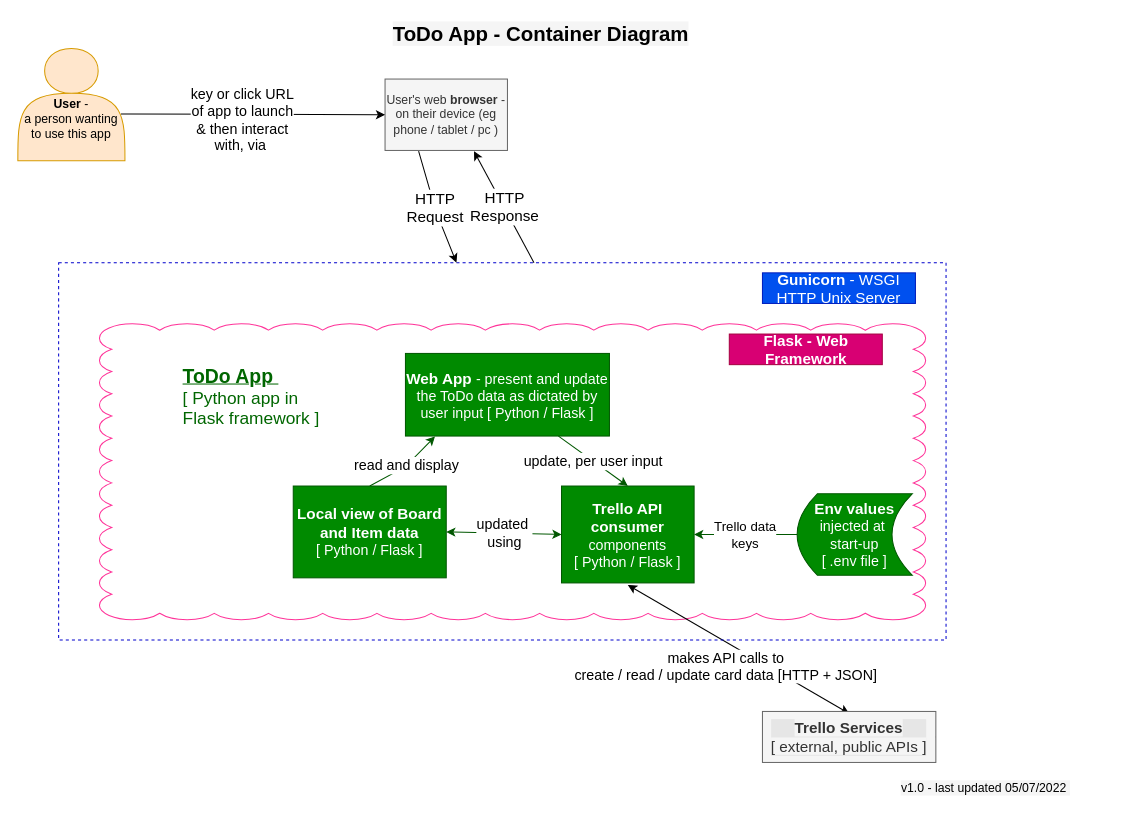
Before: documentation/containerDiagram.drawio in AnnDevOpsAccount/DevOps-Course-Starter, a draw.io diagram. Source tidied: cells renumbered, new cells numbered last; positions are measured from the earlier drawing's top-left corner, leaving out a move shared by most shapes. Both pictures are drawn from the tidied source at 102%, with x=0, y=0 at pixel (17, 17).
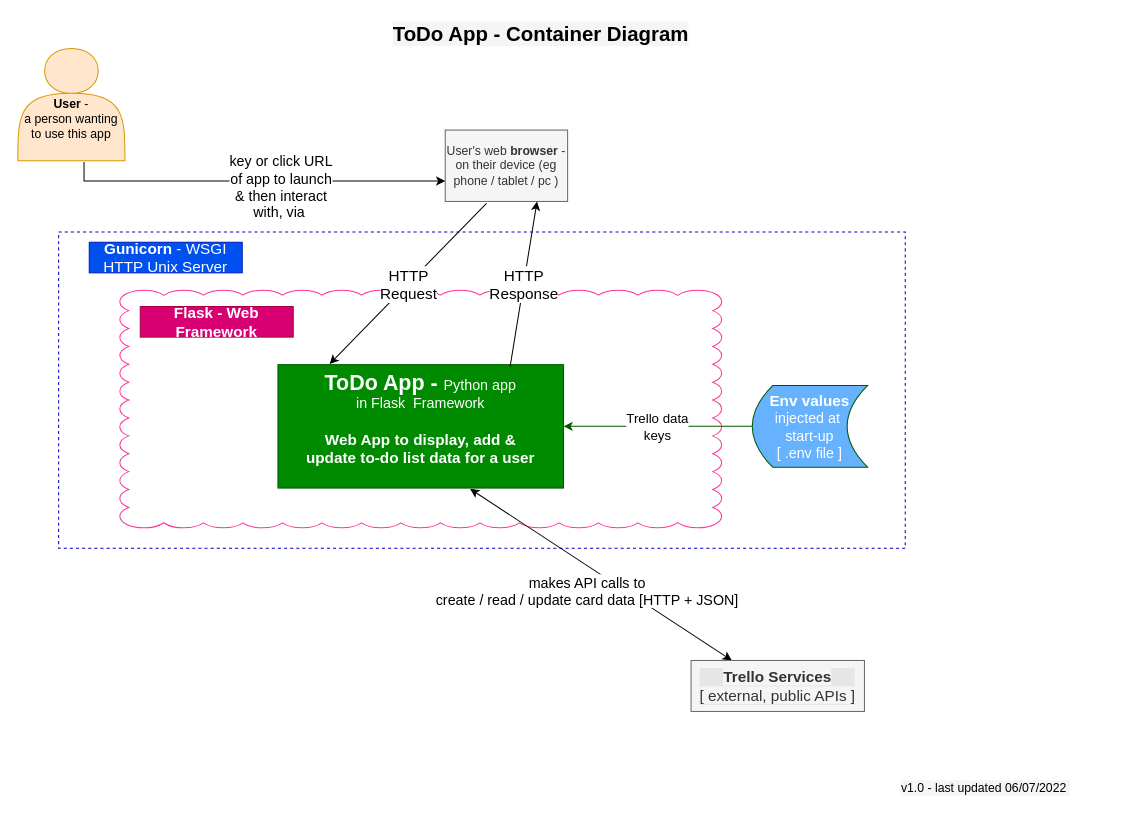
After the change.

The change refers to these unchanged cells:
```xml
<mxCell id="3" value="&lt;br&gt;&lt;br&gt;&lt;b&gt;User &lt;/b&gt;-&lt;br&gt;a person wanting to use this app" style="shape=actor;whiteSpace=wrap;html=1;fillColor=#ffe6cc;strokeColor=#d79b00;" parent="1" vertex="1">
  <mxGeometry y="30" width="105" height="110" as="geometry" />
</mxCell>
```

Change to the diagram source:
```diff
@@
+    <mxCell id="10" style="rounded=0;whiteSpace=wrap;html=1;dashed=1;fillColor=none;fontColor=#0000CC;labelBackgroundColor=default;labelBorderColor=#0000CC;strokeColor=#0000CC;" parent="1" vertex="1">
+      <mxGeometry x="40" y="210" width="830" height="310" as="geometry" />
+    </mxCell>
     <mxCell id="2" style="whiteSpace=wrap;html=1;shape=mxgraph.basic.cloud_rect;labelBackgroundColor=none;labelBorderColor=#0000CC;fontSize=15;fontColor=#0000CC;strokeColor=#FF3399;fillColor=none;" parent="1" vertex="1">
-      <mxGeometry x="80" y="300" width="810" height="290" as="geometry" />
+      <mxGeometry x="100" y="267" width="590" height="233" as="geometry" />
     </mxCell>
@@
     <mxCell id="4" value="User's web &lt;b&gt;browser &lt;/b&gt;- on their device (eg phone / tablet / pc )" style="whiteSpace=wrap;html=1;align=center;newEdgeStyle={&quot;edgeStyle&quot;:&quot;elbowEdgeStyle&quot;,&quot;startArrow&quot;:&quot;none&quot;,&quot;endArrow&quot;:&quot;none&quot;};fillColor=#f5f5f5;fontColor=#333333;strokeColor=#666666;" parent="1" vertex="1">
-      <mxGeometry x="360" y="60" width="120" height="70" as="geometry" />
+      <mxGeometry x="419" y="110" width="120" height="70" as="geometry" />
     </mxCell>
-    <mxCell id="5" value="&lt;font style=&quot;font-size: 14px;&quot;&gt;makes API calls to &lt;br&gt;create / read / update card data [HTTP + JSON]&lt;/font&gt;" style="endArrow=classic;startArrow=classic;html=1;rounded=0;exitX=0.5;exitY=0;exitDx=0;exitDy=0;entryX=0.5;entryY=1;entryDx=0;entryDy=0;" parent="1" edge="1">
+    <mxCell id="5" value="&lt;font style=&quot;font-size: 14px;&quot;&gt;makes API calls to &lt;br&gt;create / read / update card data [HTTP + JSON]&lt;/font&gt;" style="endArrow=classic;startArrow=classic;html=1;rounded=0;entryX=0.673;entryY=1.007;entryDx=0;entryDy=0;entryPerimeter=0;" parent="1" edge="1" target="19">
       <mxGeometry x="0.02" y="21" relative="1" as="geometry">
-        <mxPoint x="815" y="682" as="sourcePoint" />
-        <mxPoint x="598" y="556" as="targetPoint" />
+        <mxPoint x="700" y="630" as="sourcePoint" />
       </mxGeometry>
     </mxCell>
-    <mxCell id="6" style="edgeStyle=orthogonalEdgeStyle;rounded=0;jettySize=auto;html=1;exitX=1;exitY=0.5;exitDx=0;exitDy=0;fontSize=15;" parent="1" edge="1" source="7">
-      <mxGeometry relative="1" as="geometry">
-        <mxPoint x="890" y="704.8" as="targetPoint" />
-      </mxGeometry>
-    </mxCell>
     <mxCell id="7" value="&lt;span style=&quot;background-color: rgb(245, 245, 245); font-size: 15px;&quot;&gt;&lt;b&gt;Trello Services&lt;/b&gt;&lt;br&gt;[ external, public APIs ]&lt;br&gt;&lt;/span&gt;" style="whiteSpace=wrap;html=1;align=center;newEdgeStyle={&quot;edgeStyle&quot;:&quot;elbowEdgeStyle&quot;,&quot;startArrow&quot;:&quot;none&quot;,&quot;endArrow&quot;:&quot;none&quot;};labelBackgroundColor=#E6E6E6;fontSize=14;strokeColor=#666666;fillColor=#f5f5f5;fontColor=#333333;" parent="1" vertex="1">
-      <mxGeometry x="730" y="680" width="170" height="50" as="geometry" />
+      <mxGeometry x="660" y="630" width="170" height="50" as="geometry" />
     </mxCell>
@@
-    <mxCell id="9" value="v1.0 - last updated 05/07/2022&amp;nbsp;" style="text;html=1;strokeColor=none;fillColor=none;align=center;verticalAlign=middle;whiteSpace=wrap;rounded=0;labelBackgroundColor=#F5F5F5;fontSize=12;" parent="1" vertex="1">
+    <mxCell id="9" value="v1.0 - last updated 06/07/2022&amp;nbsp;" style="text;html=1;strokeColor=none;fillColor=none;align=center;verticalAlign=middle;whiteSpace=wrap;rounded=0;labelBackgroundColor=#F5F5F5;fontSize=12;" parent="1" vertex="1">
       <mxGeometry x="809" y="740" width="280" height="30" as="geometry" />
     </mxCell>
-    <mxCell id="10" style="rounded=0;whiteSpace=wrap;html=1;dashed=1;fillColor=none;fontColor=#0000CC;labelBackgroundColor=default;labelBorderColor=#0000CC;strokeColor=#0000CC;" parent="1" vertex="1">
-      <mxGeometry x="40" y="240" width="870" height="370" as="geometry" />
-    </mxCell>
-    <mxCell id="11" value="&lt;b style=&quot;&quot;&gt;&lt;font style=&quot;&quot;&gt;&lt;u style=&quot;&quot;&gt;&lt;font style=&quot;font-size: 19px;&quot;&gt;ToDo App&amp;nbsp;&lt;/font&gt;&lt;/u&gt;&lt;br style=&quot;font-size: 17px;&quot;&gt;&lt;/font&gt;&lt;/b&gt;&lt;font style=&quot;font-size: 17px;&quot;&gt;[ Python app&amp;nbsp;in&amp;nbsp; &amp;nbsp; Flask framework ]&lt;/font&gt;" style="text;html=1;align=left;verticalAlign=middle;whiteSpace=wrap;rounded=0;dashed=1;fontColor=#006600;fontSize=17;" parent="1" vertex="1">
-      <mxGeometry x="160" y="344" width="160" height="56" as="geometry" />
-    </mxCell>
-    <mxCell id="12" value="&lt;font style=&quot;&quot;&gt;&lt;b style=&quot;&quot;&gt;&lt;font style=&quot;font-size: 15px;&quot;&gt;Local view of Board and Item data &lt;/font&gt;&lt;/b&gt;&lt;br&gt;&lt;span style=&quot;font-size: 14px;&quot;&gt;[ Python / Flask ]&lt;/span&gt;&lt;/font&gt;" style="whiteSpace=wrap;html=1;align=center;newEdgeStyle={&quot;edgeStyle&quot;:&quot;elbowEdgeStyle&quot;,&quot;startArrow&quot;:&quot;none&quot;,&quot;endArrow&quot;:&quot;none&quot;};fillColor=#008a00;fontColor=#ffffff;strokeColor=#005700;" parent="1" vertex="1">
-      <mxGeometry x="270" y="459" width="150" height="90" as="geometry" />
-    </mxCell>
-    <mxCell id="13" value="&lt;b style=&quot;font-size: 15px;&quot;&gt;Trello API &lt;br style=&quot;&quot;&gt;consumer&lt;/b&gt;&lt;br style=&quot;font-size: 14px;&quot;&gt;components&lt;br style=&quot;font-size: 14px;&quot;&gt;[ Python / Flask ]" style="whiteSpace=wrap;html=1;align=center;newEdgeStyle={&quot;edgeStyle&quot;:&quot;elbowEdgeStyle&quot;,&quot;startArrow&quot;:&quot;none&quot;,&quot;endArrow&quot;:&quot;none&quot;};fillColor=#008a00;fontSize=14;fontColor=#ffffff;strokeColor=#005700;" parent="1" vertex="1">
-      <mxGeometry x="533" y="459" width="130" height="95" as="geometry" />
-    </mxCell>
-    <mxCell id="14" value="&lt;b&gt;&lt;font style=&quot;font-size: 15px;&quot;&gt;Env values&lt;/font&gt;&lt;/b&gt;&lt;br style=&quot;font-size: 14px;&quot;&gt;injected at&amp;nbsp;&lt;br style=&quot;font-size: 14px;&quot;&gt;start-up&lt;br&gt;[ .env file ]" style="shape=dataStorage;whiteSpace=wrap;html=1;fixedSize=1;fillColor=#008a00;fontSize=14;fontColor=#ffffff;strokeColor=#005700;" parent="1" vertex="1">
-      <mxGeometry x="764" y="466.5" width="113" height="80" as="geometry" />
+    <mxCell id="14" value="&lt;b&gt;&lt;font style=&quot;font-size: 15px;&quot;&gt;Env values&lt;/font&gt;&lt;/b&gt;&lt;br style=&quot;font-size: 14px;&quot;&gt;injected at&amp;nbsp;&lt;br style=&quot;font-size: 14px;&quot;&gt;start-up&lt;br&gt;[ .env file ]" style="shape=dataStorage;whiteSpace=wrap;html=1;fixedSize=1;fillColor=#66B2FF;fontSize=14;fontColor=#ffffff;strokeColor=#005700;" parent="1" vertex="1">
+      <mxGeometry x="720" y="360.5" width="113" height="80" as="geometry" />
     </mxCell>
-    <mxCell id="15" value="&lt;font style=&quot;font-size: 13px;&quot;&gt;Trello data &lt;br style=&quot;&quot;&gt;keys&lt;/font&gt;" style="endArrow=classic;html=1;rounded=0;entryX=1;entryY=0.5;entryDx=0;entryDy=0;exitX=0;exitY=0.5;exitDx=0;exitDy=0;fillColor=#008a00;strokeColor=#005700;" parent="1" edge="1" source="14" target="13">
+    <mxCell id="15" value="&lt;font style=&quot;font-size: 13px;&quot;&gt;Trello data &lt;br style=&quot;&quot;&gt;keys&lt;/font&gt;" style="endArrow=classic;html=1;rounded=0;entryX=1;entryY=0.5;entryDx=0;entryDy=0;exitX=0;exitY=0.5;exitDx=0;exitDy=0;fillColor=#008a00;strokeColor=#005700;" parent="1" edge="1" source="14" target="19">
       <mxGeometry relative="1" as="geometry" />
     </mxCell>
-    <mxCell id="16" value="updated&amp;nbsp;&lt;br style=&quot;font-size: 14px;&quot;&gt;using" style="endArrow=classic;startArrow=classic;html=1;rounded=0;exitX=1;exitY=0.5;exitDx=0;exitDy=0;entryX=0;entryY=0.5;entryDx=0;entryDy=0;fontSize=14;fillColor=#008a00;strokeColor=#005700;" parent="1" edge="1" source="12" target="13">
-      <mxGeometry relative="1" as="geometry" />
-    </mxCell>
-    <mxCell id="17" style="edgeStyle=segmentEdgeStyle;endArrow=classic;html=1;rounded=0;fontSize=14;entryX=0;entryY=0.5;entryDx=0;entryDy=0;exitX=0.963;exitY=0.584;exitDx=0;exitDy=0;exitPerimeter=0;" parent="1" edge="1" source="3" target="4">
+    <mxCell id="17" style="edgeStyle=segmentEdgeStyle;endArrow=classic;html=1;rounded=0;fontSize=14;exitX=0.618;exitY=1.013;exitDx=0;exitDy=0;exitPerimeter=0;" parent="1" edge="1" source="3">
       <mxGeometry relative="1" as="geometry">
+        <mxPoint x="419" y="160" as="targetPoint" />
         <Array as="points">
-          <mxPoint x="110" y="94" />
+          <mxPoint x="65" y="160" />
+          <mxPoint x="419" y="160" />
         </Array>
       </mxGeometry>
     </mxCell>
     <mxCell id="18" value="key or click URL &lt;br&gt;of app to launch&lt;br&gt;&amp;amp; then interact &lt;br&gt;with, via&amp;nbsp;" style="edgeLabel;html=1;align=center;verticalAlign=middle;fontSize=14;" parent="17" vertex="1">
       <mxGeometry x="-0.05" y="-2" relative="1" as="geometry">
-        <mxPoint x="-5" y="3" as="offset" />
+        <mxPoint x="34" y="3" as="offset" />
       </mxGeometry>
     </mxCell>
-    <mxCell id="19" value="&lt;b&gt;&lt;font style=&quot;font-size: 15px;&quot;&gt;Web App &lt;/font&gt;&lt;/b&gt;- present and update&lt;br&gt;the ToDo data as dictated by user input [ Python / Flask ]" style="whiteSpace=wrap;html=1;align=center;newEdgeStyle={&quot;edgeStyle&quot;:&quot;elbowEdgeStyle&quot;,&quot;startArrow&quot;:&quot;none&quot;,&quot;endArrow&quot;:&quot;none&quot;};fontSize=14;fillColor=#008a00;fontColor=#ffffff;strokeColor=#005700;" parent="1" vertex="1">
-      <mxGeometry x="380" y="329" width="200" height="81" as="geometry" />
+    <mxCell id="19" value="&lt;b&gt;&lt;font style=&quot;font-size: 21px;&quot;&gt;ToDo App&amp;nbsp;-&amp;nbsp;&lt;/font&gt;&lt;/b&gt;Python app &lt;br&gt;in Flask&amp;nbsp; Framework&lt;br&gt;&lt;b style=&quot;font-size: 15px;&quot;&gt;&lt;font style=&quot;font-size: 15px;&quot;&gt;&lt;br&gt;Web App to display, add &amp;amp; &lt;br&gt;update to-do list data for a user&lt;br&gt;&lt;/font&gt;&lt;/b&gt;&amp;nbsp;" style="whiteSpace=wrap;html=1;align=center;newEdgeStyle={&quot;edgeStyle&quot;:&quot;elbowEdgeStyle&quot;,&quot;startArrow&quot;:&quot;none&quot;,&quot;endArrow&quot;:&quot;none&quot;};fontSize=14;fillColor=#008a00;fontColor=#ffffff;strokeColor=#005700;" parent="1" vertex="1">
+      <mxGeometry x="255" y="340" width="280" height="121" as="geometry" />
     </mxCell>
-    <mxCell id="20" value="read and display" style="endArrow=classic;html=1;rounded=0;fontSize=14;entryX=0.145;entryY=1.004;entryDx=0;entryDy=0;entryPerimeter=0;exitX=0.5;exitY=0;exitDx=0;exitDy=0;fillColor=#008a00;strokeColor=#005700;" parent="1" edge="1" source="12" target="19">
-      <mxGeometry relative="1" as="geometry">
-        <Array as="points">
-          <mxPoint x="380" y="440" />
-        </Array>
-      </mxGeometry>
-    </mxCell>
-    <mxCell id="21" value="update, per user input" style="endArrow=classic;html=1;rounded=0;fontSize=14;entryX=0.5;entryY=0;entryDx=0;entryDy=0;exitX=0.75;exitY=1;exitDx=0;exitDy=0;fillColor=#008a00;strokeColor=#005700;" parent="1" edge="1" source="19" target="13">
-      <mxGeometry relative="1" as="geometry" />
-    </mxCell>
-    <mxCell id="22" value="HTTP &lt;br&gt;Request" style="endArrow=classic;html=1;rounded=0;fontSize=15;exitX=0.441;exitY=1.01;exitDx=0;exitDy=0;exitPerimeter=0;" parent="1" edge="1">
-      <mxGeometry relative="1" as="geometry">
-        <mxPoint x="392.9" y="130.7" as="sourcePoint" />
-        <mxPoint x="430" y="240" as="targetPoint" />
-        <Array as="points">
-          <mxPoint x="410" y="190" />
-        </Array>
-      </mxGeometry>
+    <mxCell id="22" value="HTTP &lt;br&gt;Request" style="endArrow=classic;html=1;rounded=0;fontSize=15;exitX=0.337;exitY=1.026;exitDx=0;exitDy=0;entryX=0.181;entryY=-0.005;entryDx=0;entryDy=0;entryPerimeter=0;exitPerimeter=0;" parent="1" edge="1" source="4" target="19">
+      <mxGeometry relative="1" as="geometry" />
     </mxCell>
-    <mxCell id="23" value="HTTP &lt;br&gt;Response" style="endArrow=classic;html=1;rounded=0;fontSize=15;entryX=0.843;entryY=1.01;entryDx=0;entryDy=0;entryPerimeter=0;" parent="1" edge="1">
-      <mxGeometry relative="1" as="geometry">
-        <mxPoint x="506" y="240" as="sourcePoint" />
-        <mxPoint x="447.2" y="130.7" as="targetPoint" />
-      </mxGeometry>
+    <mxCell id="23" value="HTTP &lt;br&gt;Response" style="endArrow=classic;html=1;rounded=0;fontSize=15;entryX=0.75;entryY=1;entryDx=0;entryDy=0;exitX=0.813;exitY=0.015;exitDx=0;exitDy=0;exitPerimeter=0;" parent="1" edge="1" source="19" target="4">
+      <mxGeometry relative="1" as="geometry" />
     </mxCell>
+    <mxCell id="25" value="&lt;b&gt;Flask - Web Framework&lt;/b&gt;" style="text;html=1;strokeColor=#A50040;fillColor=#d80073;align=center;verticalAlign=middle;whiteSpace=wrap;rounded=0;fontSize=15;fontColor=#ffffff;" parent="1" vertex="1">
+      <mxGeometry x="120" y="283" width="150" height="30" as="geometry" />
+    </mxCell>
     <mxCell id="24" value="&lt;b&gt;Gunicorn &lt;/b&gt;- WSGI HTTP Unix Server" style="text;html=1;strokeColor=#001DBC;fillColor=#0050ef;align=center;verticalAlign=middle;whiteSpace=wrap;rounded=0;fontSize=15;fontColor=#ffffff;" parent="1" vertex="1">
-      <mxGeometry x="730" y="250" width="150" height="30" as="geometry" />
+      <mxGeometry x="70" y="220" width="150" height="30" as="geometry" />
     </mxCell>
-    <mxCell id="25" value="&lt;b&gt;Flask - Web Framework&lt;/b&gt;" style="text;html=1;strokeColor=#A50040;fillColor=#d80073;align=center;verticalAlign=middle;whiteSpace=wrap;rounded=0;fontSize=15;fontColor=#ffffff;" parent="1" vertex="1">
-      <mxGeometry x="697.5" y="310" width="150" height="30" as="geometry" />
-    </mxCell>
```
